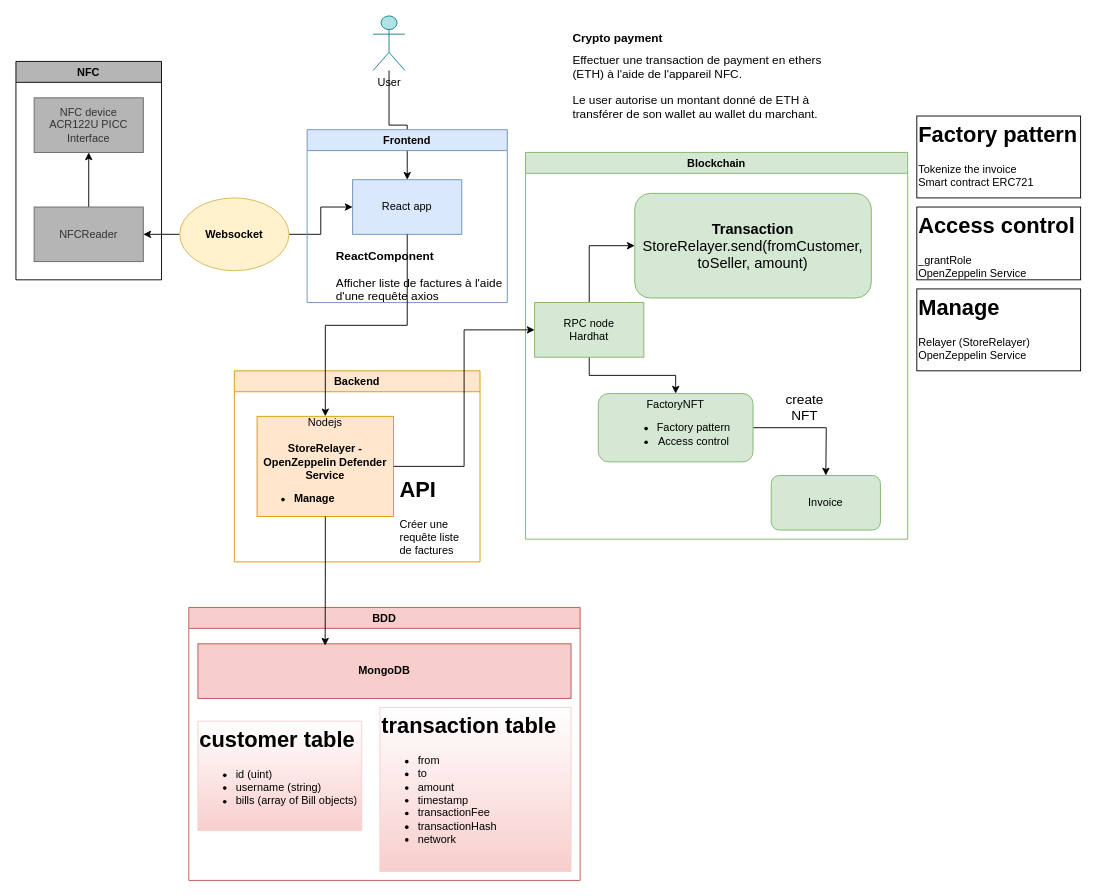
ulyhmyges/cryptoNFC keeps this draw.io diagram as page "Page-1" (1 of 2) of architecture_cryptoNFC.drawio. Above is the earlier version. Source tidied: cells renumbered, new cells numbered last; positions are measured from the earlier drawing's top-left corner, leaving out a move shared by most shapes. Both pictures are drawn from the tidied source at 91%, with x=0, y=0 at pixel (15, 15).
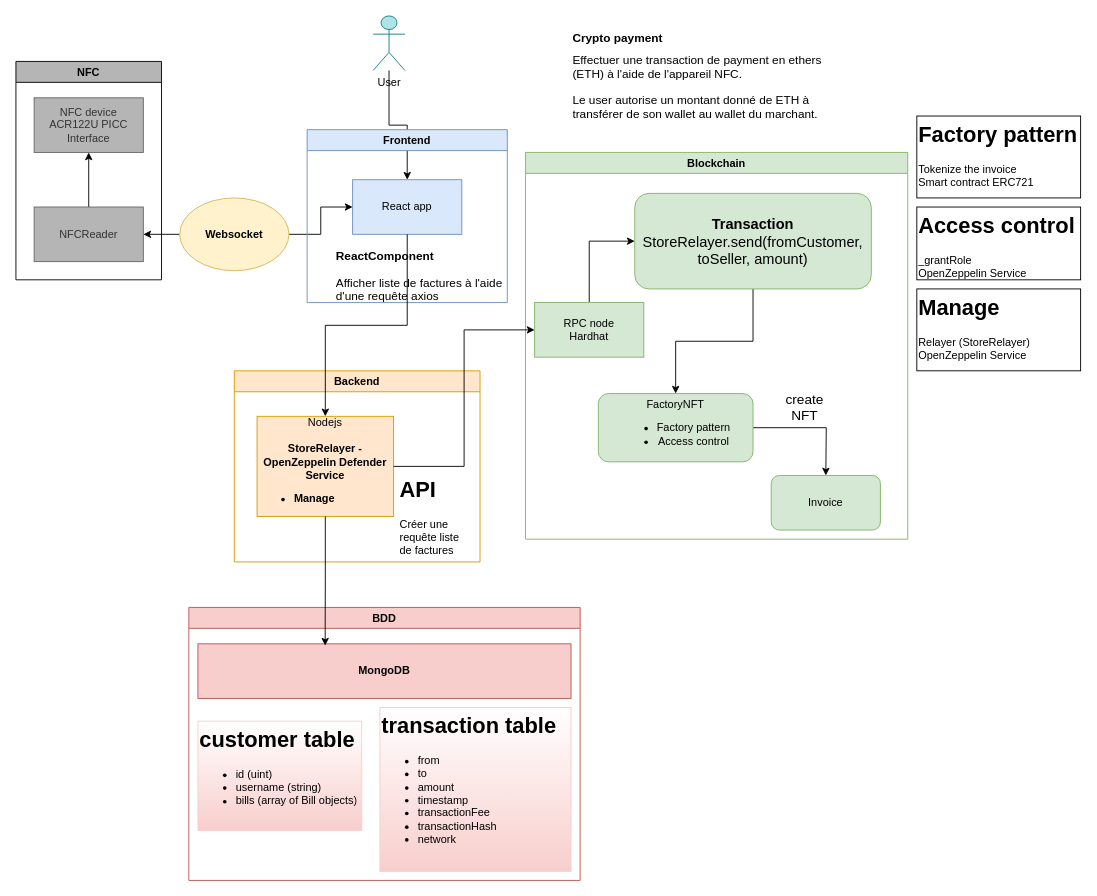
After the change.

The change refers to these unchanged cells:
```xml
<mxCell id="6" value="RPC node&lt;div&gt;Hardhat&lt;/div&gt;" style="rounded=0;whiteSpace=wrap;html=1;fillColor=#d5e8d4;strokeColor=#82b366;" parent="1" vertex="1">
  <mxGeometry x="570" y="315" width="120" height="60" as="geometry" />
</mxCell>
<mxCell id="20" value="FactoryNFT&lt;div&gt;&lt;ul&gt;&lt;li&gt;Factory pattern&lt;br&gt;&lt;/li&gt;&lt;li&gt;Access control&lt;br&gt;&lt;/li&gt;&lt;/ul&gt;&lt;/div&gt;" style="rounded=1;whiteSpace=wrap;html=1;fillColor=#d5e8d4;strokeColor=#82b366;" parent="1" vertex="1">
  <mxGeometry x="640" y="415" width="170" height="75" as="geometry" />
</mxCell>
```

The edit, as a diff of the source:
```diff
@@
-    <mxCell id="4" style="edgeStyle=orthogonalEdgeStyle;rounded=0;jettySize=auto;html=1;" parent="1" edge="1" source="6" target="20">
-      <mxGeometry relative="1" as="geometry" />
-    </mxCell>
@@
+    <mxCell id="38" style="edgeStyle=orthogonalEdgeStyle;rounded=0;jettySize=auto;html=1;entryX=0.5;entryY=0;entryDx=0;entryDy=0;" parent="1" edge="1" source="11" target="20">
+      <mxGeometry relative="1" as="geometry" />
+    </mxCell>
     <mxCell id="11" value="&lt;b style=&quot;font-size: 16px;&quot;&gt;&lt;font style=&quot;font-size: 16px;&quot;&gt;Transaction&lt;/font&gt;&lt;/b&gt;&lt;div style=&quot;font-size: 16px;&quot;&gt;StoreRelayer.send(fromCustomer, toSeller, amount)&lt;/div&gt;" style="rounded=1;whiteSpace=wrap;html=1;fillColor=#d5e8d4;strokeColor=#82b366;" parent="1" vertex="1">
-      <mxGeometry x="680" y="195" width="260" height="115" as="geometry" />
+      <mxGeometry x="680" y="195" width="260" height="105" as="geometry" />
     </mxCell>
```
